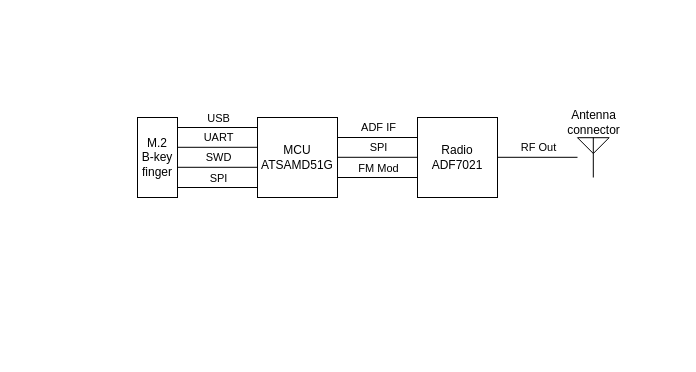
This is documentation/RC-1_block_diagram.drawio from OpenRTX/RC-1, a draw.io file, before an edit. Source tidied: cells renumbered, new cells numbered last; positions are measured from the earlier drawing's top-left corner, leaving out a move shared by most shapes. Both pictures are drawn from the tidied source at 100%, with x=0, y=0 at pixel (137, 107).
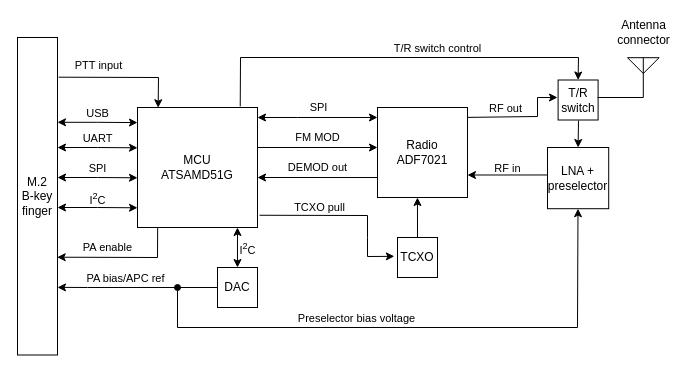
The same page after the edit.

Commit message (it also covers changes not shown here):
Updated block diagram

The edit, as a diff of the source:
```diff
@@
     <mxCell id="2" value="MCU&lt;br&gt;ATSAMD51G" style="whiteSpace=wrap;html=1;" parent="1" vertex="1">
-      <mxGeometry x="120" y="10" width="80" height="80" as="geometry" />
+      <mxGeometry width="120" height="120" as="geometry" />
     </mxCell>
     <mxCell id="3" value="Radio&lt;br&gt;ADF7021" style="whiteSpace=wrap;html=1;" parent="1" vertex="1">
-      <mxGeometry x="280" y="10" width="80" height="80" as="geometry" />
+      <mxGeometry x="240" width="90" height="90" as="geometry" />
     </mxCell>
-    <mxCell id="4" style="endArrow=none;html=1;rounded=0;entryX=0;entryY=0.25;entryDx=0;entryDy=0;exitX=1;exitY=0.25;exitDx=0;exitDy=0;" parent="1" edge="1" source="2" target="3">
-      <mxGeometry relative="1" as="geometry" />
-    </mxCell>
-    <mxCell id="5" value="ADF IF" style="edgeLabel;html=1;align=center;verticalAlign=middle;" parent="4" vertex="1">
-      <mxGeometry x="-0.17" y="2" relative="1" as="geometry">
-        <mxPoint x="7" y="-8" as="offset" />
-      </mxGeometry>
-    </mxCell>
     <mxCell id="6" value="&lt;div&gt;M.2&lt;/div&gt;&lt;div&gt;B-key&lt;/div&gt;&lt;div&gt;finger&lt;br&gt;&lt;/div&gt;" style="rounded=0;whiteSpace=wrap;html=1;" parent="1" vertex="1">
-      <mxGeometry y="10" width="40" height="80" as="geometry" />
+      <mxGeometry x="-120" y="-70" width="40" height="317.5" as="geometry" />
     </mxCell>
-    <mxCell id="7" style="endArrow=none;html=1;rounded=0;entryX=0;entryY=0.25;entryDx=0;entryDy=0;exitX=1;exitY=0.25;exitDx=0;exitDy=0;" parent="1" edge="1">
-      <mxGeometry relative="1" as="geometry">
-        <mxPoint x="40" y="20" as="sourcePoint" />
-        <mxPoint x="120" y="20" as="targetPoint" />
-      </mxGeometry>
-    </mxCell>
-    <mxCell id="8" value="USB" style="edgeLabel;html=1;align=center;verticalAlign=middle;" parent="7" vertex="1">
-      <mxGeometry x="0.3" relative="1" as="geometry">
-        <mxPoint x="-12" y="-10" as="offset" />
-      </mxGeometry>
-    </mxCell>
-    <mxCell id="9" style="endArrow=none;html=1;rounded=0;entryX=0;entryY=0.25;entryDx=0;entryDy=0;exitX=1;exitY=0.25;exitDx=0;exitDy=0;" parent="1" edge="1">
-      <mxGeometry relative="1" as="geometry">
-        <mxPoint x="40" y="80" as="sourcePoint" />
-        <mxPoint x="120" y="80" as="targetPoint" />
-      </mxGeometry>
-    </mxCell>
-    <mxCell id="10" value="SPI" style="edgeLabel;html=1;align=center;verticalAlign=middle;" parent="9" vertex="1">
-      <mxGeometry x="0.3" relative="1" as="geometry">
-        <mxPoint x="-12" y="-10" as="offset" />
-      </mxGeometry>
-    </mxCell>
-    <mxCell id="11" style="endArrow=none;html=1;rounded=0;entryX=0;entryY=0.25;entryDx=0;entryDy=0;exitX=1;exitY=0.25;exitDx=0;exitDy=0;" parent="1" edge="1">
-      <mxGeometry relative="1" as="geometry">
-        <mxPoint x="40" y="39.8" as="sourcePoint" />
-        <mxPoint x="120" y="39.8" as="targetPoint" />
-      </mxGeometry>
-    </mxCell>
-    <mxCell id="12" value="UART" style="edgeLabel;html=1;align=center;verticalAlign=middle;" parent="11" vertex="1">
-      <mxGeometry x="0.3" relative="1" as="geometry">
-        <mxPoint x="-12" y="-10" as="offset" />
-      </mxGeometry>
-    </mxCell>
-    <mxCell id="13" style="endArrow=none;html=1;rounded=0;entryX=0;entryY=0.25;entryDx=0;entryDy=0;exitX=1;exitY=0.25;exitDx=0;exitDy=0;" parent="1" edge="1">
-      <mxGeometry relative="1" as="geometry">
-        <mxPoint x="40" y="59.8" as="sourcePoint" />
-        <mxPoint x="120" y="59.8" as="targetPoint" />
-      </mxGeometry>
-    </mxCell>
-    <mxCell id="14" value="SWD" style="edgeLabel;html=1;align=center;verticalAlign=middle;" parent="13" vertex="1">
-      <mxGeometry x="0.3" relative="1" as="geometry">
-        <mxPoint x="-12" y="-10" as="offset" />
-      </mxGeometry>
-    </mxCell>
-    <mxCell id="15" style="endArrow=none;html=1;rounded=0;entryX=0;entryY=0.25;entryDx=0;entryDy=0;exitX=1;exitY=0.25;exitDx=0;exitDy=0;" parent="1" edge="1">
-      <mxGeometry relative="1" as="geometry">
-        <mxPoint x="360" y="49.8" as="sourcePoint" />
-        <mxPoint x="440" y="49.8" as="targetPoint" />
-      </mxGeometry>
-    </mxCell>
-    <mxCell id="16" value="RF Out" style="edgeLabel;html=1;align=center;verticalAlign=middle;" parent="15" vertex="1">
-      <mxGeometry x="-0.17" y="2" relative="1" as="geometry">
-        <mxPoint x="7" y="-8" as="offset" />
-      </mxGeometry>
-    </mxCell>
     <mxCell id="17" value="&lt;div&gt;Antenna&lt;/div&gt;&lt;div&gt;connector&lt;br&gt;&lt;/div&gt;" style="text;html=1;align=center;verticalAlign=middle;fillColor=none;strokeColor=none;rounded=0;" parent="1" vertex="1">
-      <mxGeometry x="420.8" width="70" height="30" as="geometry" />
+      <mxGeometry x="470.8" y="-90" width="70" height="30" as="geometry" />
     </mxCell>
     <mxCell id="18" style="verticalLabelPosition=bottom;shadow=0;dashed=0;align=center;html=1;verticalAlign=top;shape=mxgraph.electrical.radio.aerial_-_antenna_2;" parent="1" vertex="1">
-      <mxGeometry x="440" y="30" width="31.6" height="40" as="geometry" />
+      <mxGeometry x="490" y="-50" width="31.6" height="40" as="geometry" />
     </mxCell>
-    <mxCell id="19" style="endArrow=none;html=1;rounded=0;entryX=0;entryY=0.25;entryDx=0;entryDy=0;exitX=1;exitY=0.25;exitDx=0;exitDy=0;" parent="1" edge="1">
-      <mxGeometry relative="1" as="geometry">
-        <mxPoint x="200" y="49.8" as="sourcePoint" />
-        <mxPoint x="280" y="49.8" as="targetPoint" />
-      </mxGeometry>
-    </mxCell>
-    <mxCell id="20" value="SPI" style="edgeLabel;html=1;align=center;verticalAlign=middle;" parent="19" vertex="1">
-      <mxGeometry x="-0.17" y="2" relative="1" as="geometry">
-        <mxPoint x="7" y="-8" as="offset" />
-      </mxGeometry>
-    </mxCell>
-    <mxCell id="21" style="endArrow=none;html=1;rounded=0;entryX=0;entryY=0.25;entryDx=0;entryDy=0;exitX=1;exitY=0.25;exitDx=0;exitDy=0;" parent="1" edge="1">
-      <mxGeometry relative="1" as="geometry">
-        <mxPoint x="200" y="70" as="sourcePoint" />
-        <mxPoint x="280" y="70" as="targetPoint" />
-      </mxGeometry>
-    </mxCell>
-    <mxCell id="22" value="FM Mod" style="edgeLabel;html=1;align=center;verticalAlign=middle;" parent="21" vertex="1">
-      <mxGeometry x="-0.17" y="2" relative="1" as="geometry">
-        <mxPoint x="7" y="-8" as="offset" />
-      </mxGeometry>
-    </mxCell>
+    <mxCell id="23" style="endArrow=classic;startArrow=classic;html=1;rounded=0;targetPerimeterSpacing=0;strokeColor=default;" parent="1" edge="1">
+      <mxGeometry relative="1" as="geometry">
+        <mxPoint x="-80" y="40" as="sourcePoint" />
+        <mxPoint y="40.3" as="targetPoint" />
+        <Array as="points">
+          <mxPoint x="-40" y="40" />
+        </Array>
+      </mxGeometry>
+    </mxCell>
+    <mxCell id="12" value="&lt;div&gt;UART&lt;/div&gt;" style="edgeLabel;html=1;align=center;verticalAlign=middle;" parent="23" vertex="1">
+      <mxGeometry x="0.91" relative="1" as="geometry">
+        <mxPoint x="-36" y="-10" as="offset" />
+      </mxGeometry>
+    </mxCell>
+    <mxCell id="24" style="endArrow=classic;startArrow=classic;html=1;rounded=0;targetPerimeterSpacing=0;strokeColor=default;" parent="1" edge="1">
+      <mxGeometry relative="1" as="geometry">
+        <mxPoint x="-80" y="70" as="sourcePoint" />
+        <mxPoint y="70.3" as="targetPoint" />
+        <Array as="points">
+          <mxPoint x="-40" y="70" />
+        </Array>
+      </mxGeometry>
+    </mxCell>
+    <mxCell id="25" value="&lt;div&gt;SPI&lt;/div&gt;" style="edgeLabel;html=1;align=center;verticalAlign=middle;" parent="24" vertex="1">
+      <mxGeometry x="0.91" relative="1" as="geometry">
+        <mxPoint x="-36" y="-10" as="offset" />
+      </mxGeometry>
+    </mxCell>
+    <mxCell id="26" style="endArrow=classic;startArrow=classic;html=1;rounded=0;targetPerimeterSpacing=0;strokeColor=default;" parent="1" edge="1">
+      <mxGeometry relative="1" as="geometry">
+        <mxPoint x="-80" y="100" as="sourcePoint" />
+        <mxPoint y="100.3" as="targetPoint" />
+        <Array as="points">
+          <mxPoint x="-40" y="100" />
+        </Array>
+      </mxGeometry>
+    </mxCell>
+    <mxCell id="27" value="I&lt;sup&gt;2&lt;/sup&gt;C" style="edgeLabel;html=1;align=center;verticalAlign=middle;" parent="26" vertex="1">
+      <mxGeometry x="0.91" relative="1" as="geometry">
+        <mxPoint x="-36" y="-10" as="offset" />
+      </mxGeometry>
+    </mxCell>
+    <mxCell id="28" style="endArrow=classic;startArrow=classic;html=1;rounded=0;targetPerimeterSpacing=0;strokeColor=default;" parent="1" edge="1">
+      <mxGeometry relative="1" as="geometry">
+        <mxPoint x="-80" y="14.8" as="sourcePoint" />
+        <mxPoint y="15.1" as="targetPoint" />
+        <Array as="points">
+          <mxPoint x="-40" y="14.8" />
+        </Array>
+      </mxGeometry>
+    </mxCell>
+    <mxCell id="8" value="&lt;div&gt;USB&lt;/div&gt;" style="edgeLabel;html=1;align=center;verticalAlign=middle;" parent="28" vertex="1">
+      <mxGeometry x="0.91" relative="1" as="geometry">
+        <mxPoint x="-36" y="-10" as="offset" />
+      </mxGeometry>
+    </mxCell>
+    <mxCell id="29" style="endArrow=classic;startArrow=classic;html=1;rounded=0;targetPerimeterSpacing=0;strokeColor=default;entryX=0;entryY=0.111;entryDx=0;entryDy=0;entryPerimeter=0;" parent="1" edge="1" target="3">
+      <mxGeometry relative="1" as="geometry">
+        <mxPoint x="120" y="10" as="sourcePoint" />
+        <Array as="points">
+          <mxPoint x="160" y="10" />
+        </Array>
+      </mxGeometry>
+    </mxCell>
+    <mxCell id="30" value="&lt;div&gt;SPI&lt;/div&gt;" style="edgeLabel;html=1;align=center;verticalAlign=middle;" parent="29" vertex="1">
+      <mxGeometry x="0.91" relative="1" as="geometry">
+        <mxPoint x="-54" y="-10" as="offset" />
+      </mxGeometry>
+    </mxCell>
+    <mxCell id="31" value="&lt;div&gt;FM MOD&lt;/div&gt;" style="endArrow=classic;html=1;rounded=0;targetPerimeterSpacing=0;strokeColor=default;exitX=1;exitY=0.25;exitDx=0;exitDy=0;entryX=0;entryY=0.375;entryDx=0;entryDy=0;entryPerimeter=0;" parent="1" edge="1">
+      <mxGeometry y="10" relative="1" as="geometry">
+        <mxPoint x="120" y="40" as="sourcePoint" />
+        <mxPoint x="240" y="40" as="targetPoint" />
+      </mxGeometry>
+    </mxCell>
+    <mxCell id="32" value="&lt;div&gt;DEMOD out&lt;/div&gt;" style="endArrow=classic;html=1;rounded=0;targetPerimeterSpacing=0;strokeColor=default;exitX=0;exitY=0.778;exitDx=0;exitDy=0;exitPerimeter=0;" parent="1" edge="1" source="3">
+      <mxGeometry y="-10" relative="1" as="geometry">
+        <mxPoint x="120" y="70" as="targetPoint" />
+      </mxGeometry>
+    </mxCell>
+    <mxCell id="33" value="&lt;div&gt;TCXO&lt;/div&gt;" style="whiteSpace=wrap;html=1;" parent="1" vertex="1">
+      <mxGeometry x="260" y="130" width="40" height="40" as="geometry" />
+    </mxCell>
+    <mxCell id="34" style="endArrow=classic;html=1;rounded=0;targetPerimeterSpacing=0;strokeColor=default;exitX=0.5;exitY=0;exitDx=0;exitDy=0;entryX=0.444;entryY=1;entryDx=0;entryDy=0;entryPerimeter=0;" parent="1" edge="1" source="33" target="3">
+      <mxGeometry relative="1" as="geometry" />
+    </mxCell>
+    <mxCell id="35" style="endArrow=classic;html=1;rounded=0;targetPerimeterSpacing=0;strokeColor=default;exitX=1.017;exitY=0.898;exitDx=0;exitDy=0;entryX=-0.079;entryY=0.471;entryDx=0;entryDy=0;entryPerimeter=0;exitPerimeter=0;" parent="1" edge="1" source="2" target="33">
+      <mxGeometry relative="1" as="geometry">
+        <Array as="points">
+          <mxPoint x="230" y="108" />
+          <mxPoint x="230" y="130" />
+          <mxPoint x="230" y="149" />
+        </Array>
+      </mxGeometry>
+    </mxCell>
+    <mxCell id="36" value="&lt;div&gt;TCXO pull&lt;/div&gt;" style="edgeLabel;html=1;align=center;verticalAlign=middle;" parent="35" vertex="1">
+      <mxGeometry x="-0.49" relative="1" as="geometry">
+        <mxPoint x="14" y="-8" as="offset" />
+      </mxGeometry>
+    </mxCell>
+    <mxCell id="37" value="DAC" style="whiteSpace=wrap;html=1;" parent="1" vertex="1">
+      <mxGeometry x="80" y="160" width="40" height="40" as="geometry" />
+    </mxCell>
+    <mxCell id="38" style="endArrow=classic;startArrow=classic;html=1;rounded=0;targetPerimeterSpacing=0;strokeColor=default;entryX=0.833;entryY=1;entryDx=0;entryDy=0;exitX=0.5;exitY=0;exitDx=0;exitDy=0;entryPerimeter=0;" parent="1" edge="1" source="37" target="2">
+      <mxGeometry relative="1" as="geometry" />
+    </mxCell>
+    <mxCell id="39" value="I&lt;sup&gt;2&lt;/sup&gt;C" style="edgeLabel;html=1;align=center;verticalAlign=middle;" parent="38" vertex="1">
+      <mxGeometry x="-0.64" relative="1" as="geometry">
+        <mxPoint x="10" y="-13" as="offset" />
+      </mxGeometry>
+    </mxCell>
+    <mxCell id="40" style="endArrow=classic;html=1;rounded=0;targetPerimeterSpacing=0;strokeColor=default;exitX=0.168;exitY=1.005;exitDx=0;exitDy=0;exitPerimeter=0;entryX=0.992;entryY=0.692;entryDx=0;entryDy=0;entryPerimeter=0;" parent="1" edge="1" source="2" target="6">
+      <mxGeometry relative="1" as="geometry">
+        <Array as="points">
+          <mxPoint x="20" y="150" />
+        </Array>
+      </mxGeometry>
+    </mxCell>
+    <mxCell id="41" value="&lt;div&gt;PA enable&lt;/div&gt;" style="edgeLabel;html=1;align=center;verticalAlign=middle;" parent="40" vertex="1">
+      <mxGeometry x="0.19" y="-1" relative="1" as="geometry">
+        <mxPoint x="-3" y="-9" as="offset" />
+      </mxGeometry>
+    </mxCell>
+    <mxCell id="42" style="endArrow=classic;html=1;rounded=0;targetPerimeterSpacing=0;strokeColor=default;exitX=0;exitY=0.5;exitDx=0;exitDy=0;entryX=1;entryY=0.787;entryDx=0;entryDy=0;entryPerimeter=0;" parent="1" edge="1" source="37" target="6">
+      <mxGeometry relative="1" as="geometry">
+        <Array as="points">
+          <mxPoint x="-50" y="180" />
+        </Array>
+      </mxGeometry>
+    </mxCell>
+    <mxCell id="43" value="&lt;div&gt;PA bias/APC ref&lt;/div&gt;" style="edgeLabel;html=1;align=center;verticalAlign=middle;" parent="42" vertex="1">
+      <mxGeometry x="0.16" y="1" relative="1" as="geometry">
+        <mxPoint y="-11" as="offset" />
+      </mxGeometry>
+    </mxCell>
+    <mxCell id="44" style="endArrow=classic;html=1;rounded=0;targetPerimeterSpacing=0;strokeColor=default;exitX=1.03;exitY=0.125;exitDx=0;exitDy=0;exitPerimeter=0;entryX=0.172;entryY=0.002;entryDx=0;entryDy=0;entryPerimeter=0;" parent="1" edge="1" source="6" target="2">
+      <mxGeometry relative="1" as="geometry">
+        <Array as="points">
+          <mxPoint x="21" y="-30" />
+        </Array>
+      </mxGeometry>
+    </mxCell>
+    <mxCell id="45" value="&lt;div&gt;PTT input&lt;/div&gt;" style="edgeLabel;html=1;align=center;verticalAlign=middle;" parent="44" vertex="1">
+      <mxGeometry x="0.01" y="2" relative="1" as="geometry">
+        <mxPoint x="-27" y="-10" as="offset" />
+      </mxGeometry>
+    </mxCell>
+    <mxCell id="46" value="T/R&lt;br&gt;&lt;div&gt;switch&lt;/div&gt;" style="whiteSpace=wrap;html=1;" parent="1" vertex="1">
+      <mxGeometry x="420.6" y="-27.5" width="40" height="40" as="geometry" />
+    </mxCell>
+    <mxCell id="47" value="&lt;div&gt;LNA +&lt;/div&gt;&lt;div&gt;preselector&lt;/div&gt;" style="whiteSpace=wrap;html=1;" parent="1" vertex="1">
+      <mxGeometry x="410" y="40" width="61.2" height="61.2" as="geometry" />
+    </mxCell>
+    <mxCell id="48" style="endArrow=classic;html=1;rounded=0;targetPerimeterSpacing=0;strokeColor=default;exitX=1.004;exitY=0.11;exitDx=0;exitDy=0;exitPerimeter=0;" parent="1" edge="1" source="3">
+      <mxGeometry relative="1" as="geometry">
+        <mxPoint x="420" y="-10" as="targetPoint" />
+        <Array as="points">
+          <mxPoint x="331" y="9" />
+          <mxPoint x="400" y="9" />
+          <mxPoint x="400" y="-10" />
+        </Array>
+      </mxGeometry>
+    </mxCell>
+    <mxCell id="49" value="&lt;div&gt;RF out&lt;/div&gt;" style="edgeLabel;html=1;align=center;verticalAlign=middle;" parent="48" vertex="1">
+      <mxGeometry x="-0.31" y="-1" relative="1" as="geometry">
+        <mxPoint y="-10" as="offset" />
+      </mxGeometry>
+    </mxCell>
+    <mxCell id="50" style="endArrow=classic;html=1;rounded=0;targetPerimeterSpacing=0;strokeColor=default;entryX=0.5;entryY=0;entryDx=0;entryDy=0;" parent="1" edge="1" target="47">
+      <mxGeometry relative="1" as="geometry">
+        <mxPoint x="441" y="13" as="sourcePoint" />
+      </mxGeometry>
+    </mxCell>
+    <mxCell id="51" style="endArrow=classic;html=1;rounded=0;targetPerimeterSpacing=0;strokeColor=default;entryX=1;entryY=0.75;entryDx=0;entryDy=0;exitX=0;exitY=0.449;exitDx=0;exitDy=0;exitPerimeter=0;" parent="1" edge="1" source="47" target="3">
+      <mxGeometry relative="1" as="geometry" />
+    </mxCell>
+    <mxCell id="52" value="&lt;div&gt;RF in&lt;/div&gt;" style="edgeLabel;html=1;align=center;verticalAlign=middle;labelBackgroundColor=none;" parent="51" vertex="1">
+      <mxGeometry x="-0.35" y="-1" relative="1" as="geometry">
+        <mxPoint x="-14" y="-6" as="offset" />
+      </mxGeometry>
+    </mxCell>
+    <mxCell id="53" style="endArrow=none;html=1;rounded=0;targetPerimeterSpacing=0;strokeColor=default;exitX=0.5;exitY=1;exitDx=0;exitDy=0;exitPerimeter=0;" parent="1" edge="1" source="18">
+      <mxGeometry relative="1" as="geometry">
+        <mxPoint x="460" y="-10" as="targetPoint" />
+      </mxGeometry>
+    </mxCell>
+    <mxCell id="54" style="endArrow=classic;html=1;rounded=0;targetPerimeterSpacing=0;strokeColor=default;entryX=0.5;entryY=0;entryDx=0;entryDy=0;exitX=0.856;exitY=-0.009;exitDx=0;exitDy=0;exitPerimeter=0;" parent="1" edge="1" source="2" target="46">
+      <mxGeometry relative="1" as="geometry">
+        <Array as="points">
+          <mxPoint x="103" y="-50" />
+          <mxPoint x="441" y="-50" />
+        </Array>
+      </mxGeometry>
+    </mxCell>
+    <mxCell id="55" value="&lt;div&gt;T/R switch control&lt;/div&gt;" style="edgeLabel;html=1;align=center;verticalAlign=middle;" parent="54" vertex="1">
+      <mxGeometry x="0.27" relative="1" as="geometry">
+        <mxPoint x="-15" y="-10" as="offset" />
+      </mxGeometry>
+    </mxCell>
+    <mxCell id="56" style="endArrow=classic;html=1;rounded=0;targetPerimeterSpacing=0;strokeColor=default;startArrow=oval;startFill=1;" parent="1" edge="1">
+      <mxGeometry relative="1" as="geometry">
+        <mxPoint x="40" y="180" as="sourcePoint" />
+        <mxPoint x="440.5" y="101.2" as="targetPoint" />
+        <Array as="points">
+          <mxPoint x="40" y="220" />
+          <mxPoint x="440" y="220" />
+        </Array>
+      </mxGeometry>
+    </mxCell>
+    <mxCell id="57" value="&lt;div&gt;Preselector bias voltage&lt;/div&gt;" style="edgeLabel;html=1;align=center;verticalAlign=middle;" parent="56" vertex="1">
+      <mxGeometry x="-0.22" relative="1" as="geometry">
+        <mxPoint y="-10" as="offset" />
+      </mxGeometry>
+    </mxCell>
```
